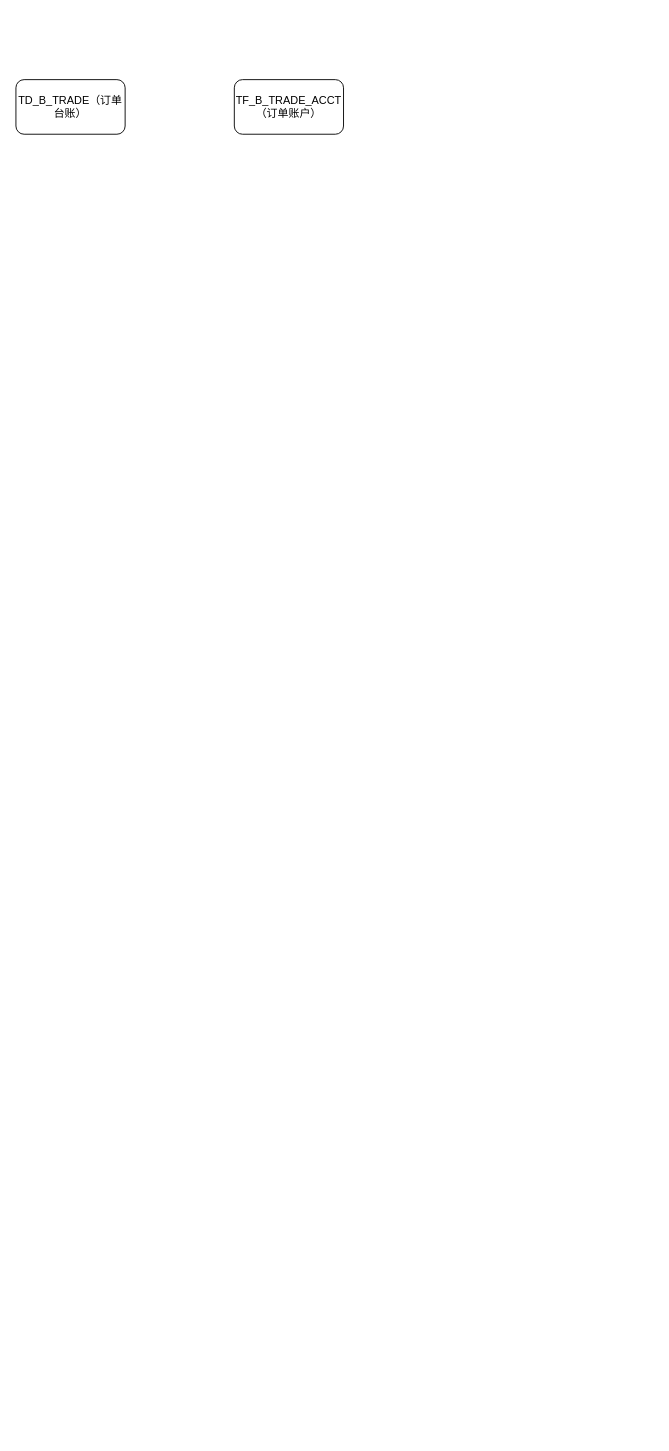
This is 订单模型.drawio from woshilmx/drawio, a draw.io file, before an edit. Source tidied: cells renumbered, new cells numbered last; positions are measured from the earlier drawing's top-left corner, leaving out a move shared by most shapes. Both pictures are drawn from the tidied source at 91%, with x=0, y=0 at pixel (15, 79).
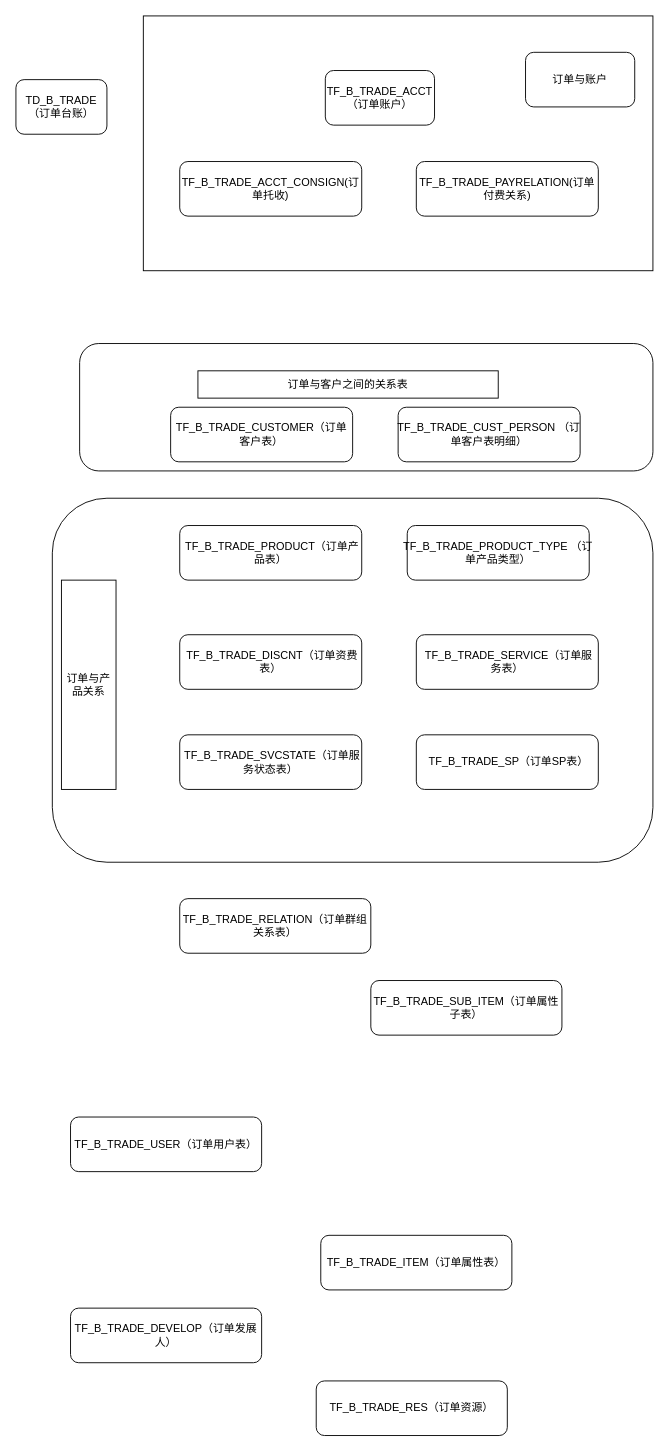
The same diagram, later.

Commit message:
更新订单模型.drawio

The edit, as a diff of the source:
```diff
@@
+    <mxCell id="4" style="rounded=0;whiteSpace=wrap;html=1;" parent="1" vertex="1">
+      <mxGeometry x="140" y="-70" width="560" height="280" as="geometry" />
+    </mxCell>
+    <mxCell id="5" style="rounded=1;whiteSpace=wrap;html=1;" parent="1" vertex="1">
+      <mxGeometry x="40" y="460" width="660" height="400" as="geometry" />
+    </mxCell>
+    <mxCell id="6" style="rounded=1;whiteSpace=wrap;html=1;" parent="1" vertex="1">
+      <mxGeometry x="70" y="290" width="630" height="140" as="geometry" />
+    </mxCell>
     <mxCell id="2" value="TD_B_TRADE（订单台账）" style="rounded=1;whiteSpace=wrap;html=1;" parent="1" vertex="1">
-      <mxGeometry width="120" height="60" as="geometry" />
+      <mxGeometry width="100" height="60" as="geometry" />
     </mxCell>
     <mxCell id="3" value="TF_B_TRADE_ACCT（订单账户）" style="rounded=1;whiteSpace=wrap;html=1;" parent="1" vertex="1">
-      <mxGeometry x="240" width="120" height="60" as="geometry" />
+      <mxGeometry x="340" y="-10" width="120" height="60" as="geometry" />
     </mxCell>
+    <mxCell id="7" value="TF_B_TRADE_ACCT_CONSIGN(订单托收)" style="rounded=1;whiteSpace=wrap;html=1;" parent="1" vertex="1">
+      <mxGeometry x="180" y="90" width="200" height="60" as="geometry" />
+    </mxCell>
+    <mxCell id="8" value="TF_B_TRADE_PAYRELATION(订单付费关系)" style="rounded=1;whiteSpace=wrap;html=1;" parent="1" vertex="1">
+      <mxGeometry x="440" y="90" width="200" height="60" as="geometry" />
+    </mxCell>
+    <mxCell id="9" value="TF_B_TRADE_CUSTOMER（订单客户表）" style="rounded=1;whiteSpace=wrap;html=1;" parent="1" vertex="1">
+      <mxGeometry x="170" y="360" width="200" height="60" as="geometry" />
+    </mxCell>
+    <mxCell id="10" value="TF_B_TRADE_CUST_PERSON&amp;nbsp;（订单客户表明细）" style="rounded=1;whiteSpace=wrap;html=1;" parent="1" vertex="1">
+      <mxGeometry x="420" y="360" width="200" height="60" as="geometry" />
+    </mxCell>
+    <mxCell id="11" value="&amp;nbsp;TF_B_TRADE_PRODUCT（订单产品表）" style="rounded=1;whiteSpace=wrap;html=1;" parent="1" vertex="1">
+      <mxGeometry x="180" y="490" width="200" height="60" as="geometry" />
+    </mxCell>
+    <mxCell id="12" value="TF_B_TRADE_PRODUCT_TYPE&amp;nbsp;（订单产品类型）" style="rounded=1;whiteSpace=wrap;html=1;" parent="1" vertex="1">
+      <mxGeometry x="430" y="490" width="200" height="60" as="geometry" />
+    </mxCell>
+    <mxCell id="13" value="&amp;nbsp;TF_B_TRADE_DISCNT（订单资费表）&lt;br&gt;" style="rounded=1;whiteSpace=wrap;html=1;" parent="1" vertex="1">
+      <mxGeometry x="180" y="610" width="200" height="60" as="geometry" />
+    </mxCell>
+    <mxCell id="14" value="&amp;nbsp;TF_B_TRADE_SERVICE（订单服务表）" style="rounded=1;whiteSpace=wrap;html=1;" parent="1" vertex="1">
+      <mxGeometry x="440" y="610" width="200" height="60" as="geometry" />
+    </mxCell>
+    <mxCell id="15" value="&amp;nbsp;TF_B_TRADE_SVCSTATE（订单服务状态表）" style="rounded=1;whiteSpace=wrap;html=1;" parent="1" vertex="1">
+      <mxGeometry x="180" y="720" width="200" height="60" as="geometry" />
+    </mxCell>
+    <mxCell id="16" value="&amp;nbsp;TF_B_TRADE_SP（订单SP表）" style="rounded=1;whiteSpace=wrap;html=1;" parent="1" vertex="1">
+      <mxGeometry x="440" y="720" width="200" height="60" as="geometry" />
+    </mxCell>
+    <mxCell id="17" value="订单与客户之间的关系表" style="rounded=0;whiteSpace=wrap;html=1;" parent="1" vertex="1">
+      <mxGeometry x="200" y="320" width="330" height="30" as="geometry" />
+    </mxCell>
+    <mxCell id="18" value="订单与产品关系" style="rounded=0;whiteSpace=wrap;html=1;" parent="1" vertex="1">
+      <mxGeometry x="50" y="550" width="60" height="230" as="geometry" />
+    </mxCell>
+    <mxCell id="19" value="订单与账户" style="rounded=1;whiteSpace=wrap;html=1;" parent="1" vertex="1">
+      <mxGeometry x="560" y="-30" width="120" height="60" as="geometry" />
+    </mxCell>
+    <mxCell id="20" value="TF_B_TRADE_RELATION（订单群组关系表）" style="rounded=1;whiteSpace=wrap;html=1;" parent="1" vertex="1">
+      <mxGeometry x="180" y="900" width="210" height="60" as="geometry" />
+    </mxCell>
+    <mxCell id="21" value="TF_B_TRADE_SUB_ITEM（订单属性子表）" style="rounded=1;whiteSpace=wrap;html=1;" parent="1" vertex="1">
+      <mxGeometry x="390" y="990" width="210" height="60" as="geometry" />
+    </mxCell>
+    <mxCell id="22" value="TF_B_TRADE_USER（订单用户表）" style="rounded=1;whiteSpace=wrap;html=1;" parent="1" vertex="1">
+      <mxGeometry x="60" y="1140" width="210" height="60" as="geometry" />
+    </mxCell>
+    <mxCell id="23" value="TF_B_TRADE_ITEM（订单属性表）" style="rounded=1;whiteSpace=wrap;html=1;" parent="1" vertex="1">
+      <mxGeometry x="335" y="1270" width="210" height="60" as="geometry" />
+    </mxCell>
+    <mxCell id="24" value="TF_B_TRADE_DEVELOP（订单发展人）" style="rounded=1;whiteSpace=wrap;html=1;" parent="1" vertex="1">
+      <mxGeometry x="60" y="1350" width="210" height="60" as="geometry" />
+    </mxCell>
+    <mxCell id="25" value="TF_B_TRADE_RES（订单资源）" style="rounded=1;whiteSpace=wrap;html=1;" parent="1" vertex="1">
+      <mxGeometry x="330" y="1430" width="210" height="60" as="geometry" />
+    </mxCell>
```
